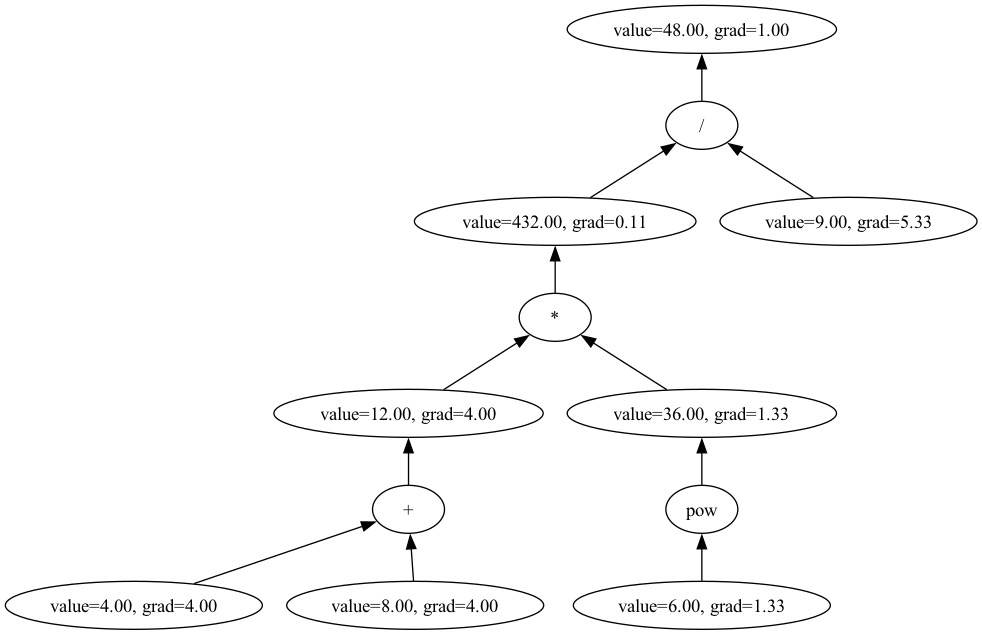
iliailmer/smol-autograd keeps this Graphviz diagram as graph.png. Above is the earlier version. Its source is kept beside it as graph.dot.
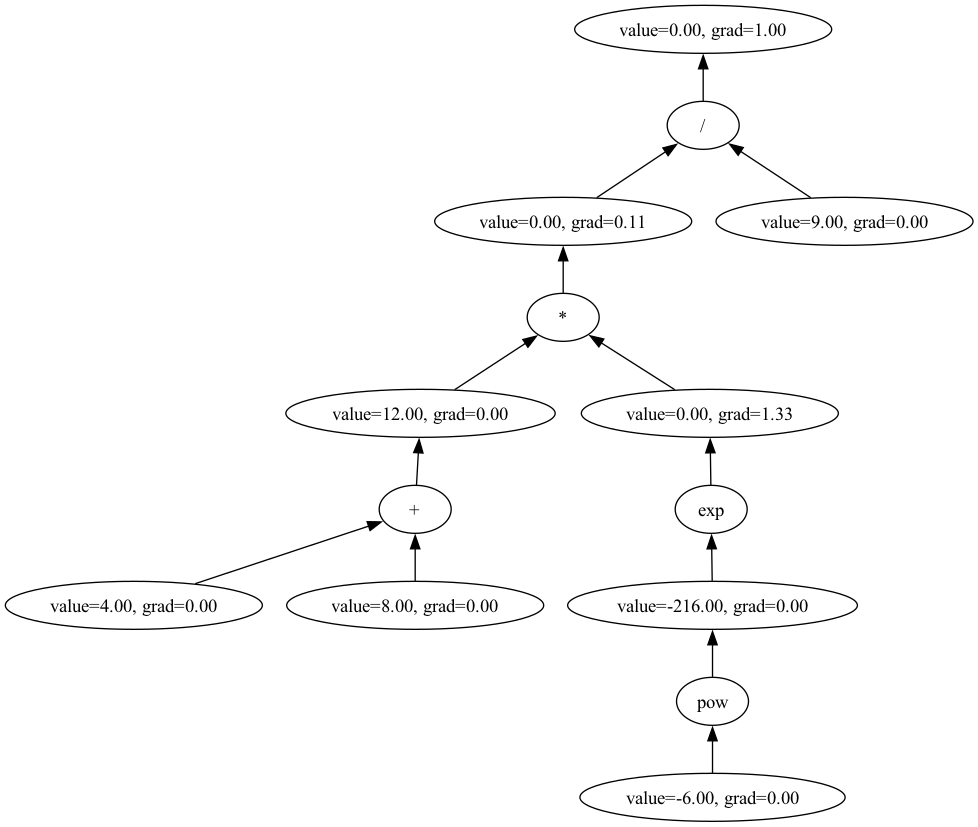
After the change.

Change to the diagram source:
```diff
@@ -1,26 +1,30 @@
 digraph G {
   rankdir=BT;
-  node0 [label="value=48.00, grad=1.00"];
+  node0 [label="value=0.00, grad=1.00"];
   op1 [label="/", shape=ellipse];
   op1 -> node0;
-  node2 [label="value=432.00, grad=0.11"];
+  node2 [label="value=0.00, grad=0.11"];
   op3 [label="*", shape=ellipse];
   op3 -> node2;
-  node4 [label="value=12.00, grad=4.00"];
+  node4 [label="value=12.00, grad=0.00"];
   op5 [label="+", shape=ellipse];
   op5 -> node4;
-  node6 [label="value=4.00, grad=4.00"];
+  node6 [label="value=4.00, grad=0.00"];
   node6 -> op5;
-  node7 [label="value=8.00, grad=4.00"];
+  node7 [label="value=8.00, grad=0.00"];
   node7 -> op5;
   node4 -> op3;
-  node8 [label="value=36.00, grad=1.33"];
-  op9 [label="pow", shape=ellipse];
+  node8 [label="value=0.00, grad=1.33"];
+  op9 [label="exp", shape=ellipse];
   op9 -> node8;
-  node10 [label="value=6.00, grad=1.33"];
+  node10 [label="value=-216.00, grad=0.00"];
+  op11 [label="pow", shape=ellipse];
+  op11 -> node10;
+  node12 [label="value=-6.00, grad=0.00"];
+  node12 -> op11;
   node10 -> op9;
   node8 -> op3;
   node2 -> op1;
-  node11 [label="value=9.00, grad=5.33"];
-  node11 -> op1;
+  node13 [label="value=9.00, grad=0.00"];
+  node13 -> op1;
 }
```
